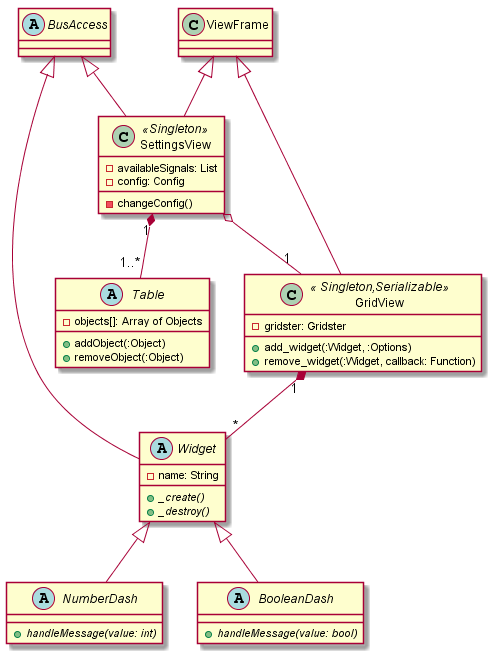
uzdry/PSE keeps this PlantUML diagram as Entwurf/diagrams/UI.png. Above is the earlier version.
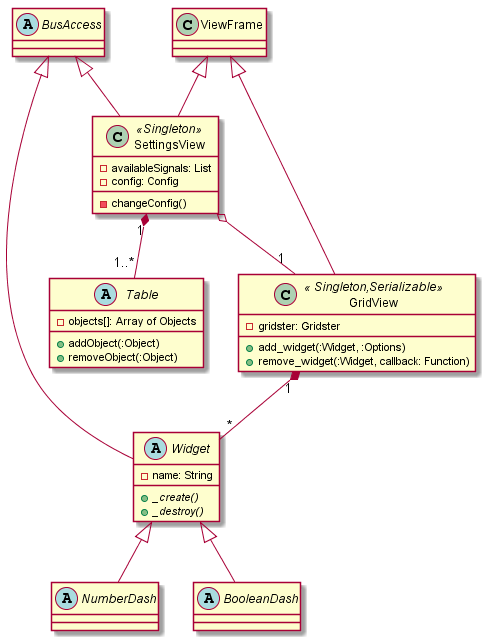
The same file after the commit.

The edit, as a diff of the source:
```diff
@@ -14,11 +14,9 @@
 }
 
 abstract class NumberDash extends Widget{
-    +{abstract} handleMessage(value: int)
 }
 
 abstract class BooleanDash extends Widget{
-    +{abstract} handleMessage(value: bool)
 }
 
 class GridView <<  Singleton,Serializable >> extends ViewFrame{
```
